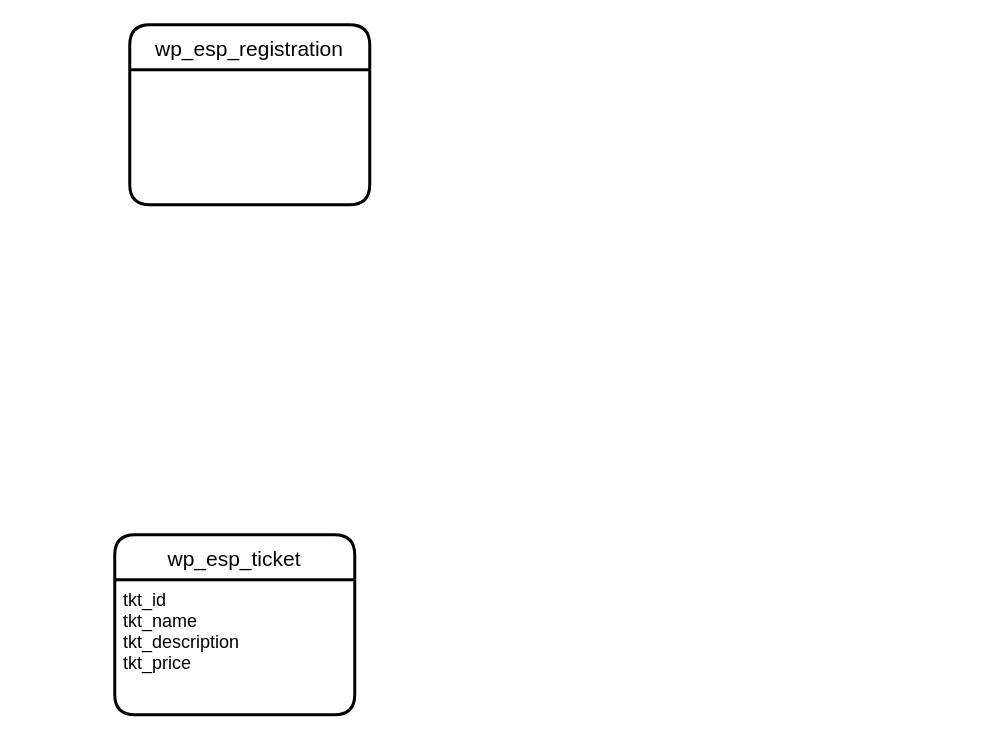
razaman2/diagram keeps this draw.io diagram as street-cops-data.drawio. Above is the earlier version. Source tidied: cells renumbered, new cells numbered last; positions are measured from the earlier drawing's top-left corner, leaving out a move shared by most shapes. Both pictures are drawn from the tidied source at 150%, with x=0, y=0 at pixel (114, 24).
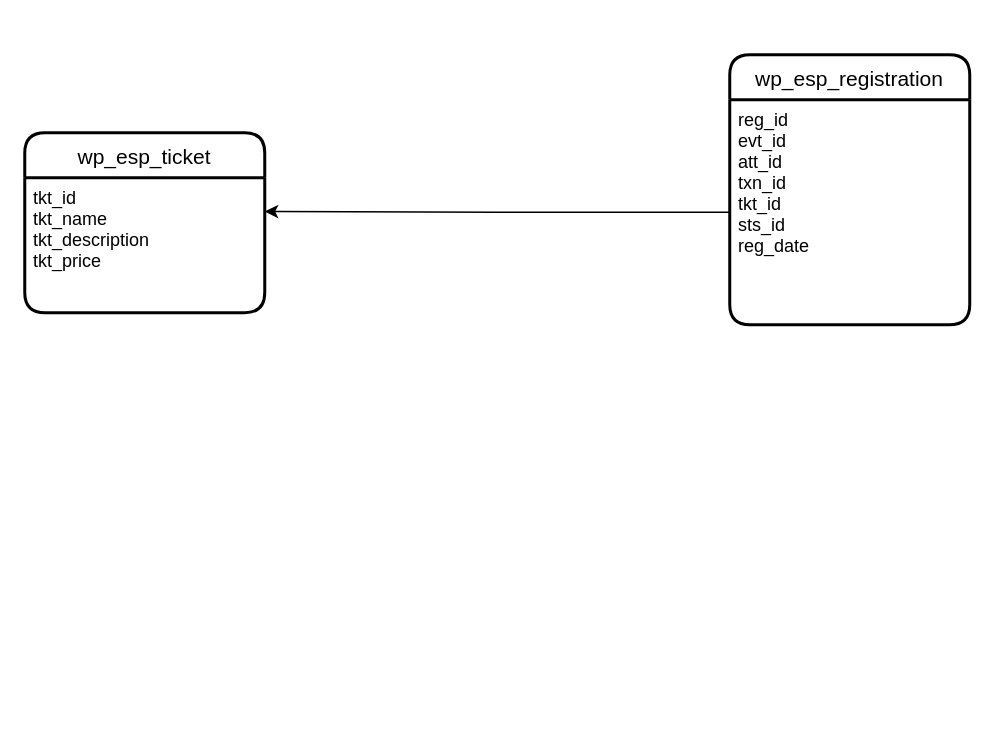
The same page after the edit.

The edit, as a diff of the source:
```diff
@@
 <mxGraphModel>
   <root>
     <mxCell id="0" />
     <mxCell id="1" parent="0" />
-    <mxCell id="2" value="wp_esp_registration" style="swimlane;horizontal=1;startSize=30;rounded=1;fontSize=14;fontStyle=0;strokeWidth=2;shadow=0;dashed=0;align=center;" parent="1" vertex="1">
-      <mxGeometry x="10" width="160" height="120" as="geometry" />
-    </mxCell>
     <mxCell id="3" value="wp_esp_ticket" style="swimlane;horizontal=1;startSize=30;rounded=1;fontSize=14;fontStyle=0;strokeWidth=2;shadow=0;dashed=0;align=center;" parent="1" vertex="1">
-      <mxGeometry y="340" width="160" height="120" as="geometry" />
+      <mxGeometry x="-60" y="72" width="160" height="120" as="geometry" />
     </mxCell>
     <mxCell id="4" value="tkt_id&#10;tkt_name&#10;tkt_description&#10;tkt_price" style="align=left;strokeColor=none;fillColor=none;spacingLeft=4;fontSize=12;verticalAlign=top;" parent="3" vertex="1">
       <mxGeometry y="30" width="160" height="90" as="geometry" />
     </mxCell>
+    <mxCell id="2" value="wp_esp_registration" style="swimlane;horizontal=1;startSize=30;rounded=1;fontSize=14;fontStyle=0;strokeWidth=2;shadow=0;dashed=0;align=center;" parent="1" vertex="1">
+      <mxGeometry x="410" y="20" width="160" height="180" as="geometry" />
+    </mxCell>
+    <mxCell id="5" value="reg_id&#10;evt_id&#10;att_id&#10;txn_id&#10;tkt_id&#10;sts_id&#10;reg_date" style="align=left;strokeColor=none;fillColor=none;spacingLeft=4;fontSize=12;verticalAlign=top;" parent="2" vertex="1">
+      <mxGeometry y="30" width="160" height="150" as="geometry" />
+    </mxCell>
+    <mxCell id="6" style="edgeStyle=orthogonalEdgeStyle;rounded=0;jettySize=auto;html=1;exitX=0;exitY=0.5;exitDx=0;exitDy=0;entryX=1;entryY=0.25;entryDx=0;entryDy=0;" parent="1" edge="1" source="5" target="4">
+      <mxGeometry relative="1" as="geometry" />
+    </mxCell>
   </root>
 </mxGraphModel>
```
